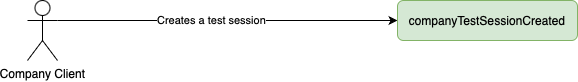
Before: docs/images/client-events.png, a diagram exported from draw.io (CodeSignal/developer-docs). Source tidied: cells renumbered, new cells last; positions are measured from the earlier drawing's top-left corner, leaving out a move shared by most shapes. Source of this version:
```xml
<mxGraphModel>
  <root>
    <mxCell id="0" />
    <mxCell id="1" parent="0" />
    <mxCell id="2" style="edgeStyle=orthogonalEdgeStyle;rounded=0;jettySize=auto;html=1;exitX=1;exitY=0.3333333333333333;exitDx=0;exitDy=0;exitPerimeter=0;entryX=0;entryY=0.5;entryDx=0;entryDy=0;" parent="1" edge="1" source="4" target="5">
      <mxGeometry relative="1" as="geometry" />
    </mxCell>
    <mxCell id="3" value="Creates a test session" style="edgeLabel;html=1;align=center;verticalAlign=middle;points=[];" parent="2" vertex="1">
      <mxGeometry x="-0.1" y="-2" relative="1" as="geometry">
        <mxPoint y="-3" as="offset" />
      </mxGeometry>
    </mxCell>
    <mxCell id="4" value="Company Client" style="shape=umlActor;verticalLabelPosition=bottom;verticalAlign=top;html=1;outlineConnect=0;" parent="1" vertex="1">
      <mxGeometry width="30" height="60" as="geometry" />
    </mxCell>
    <mxCell id="5" value="companyTestSessionCreated" style="rounded=1;whiteSpace=wrap;html=1;fillColor=#d5e8d4;strokeColor=#82b366;" parent="1" vertex="1">
      <mxGeometry x="370" width="180" height="40" as="geometry" />
    </mxCell>
  </root>
</mxGraphModel>
```
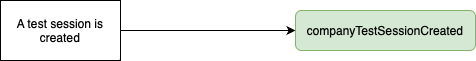
Above is the later version.

The edit, as a diff of the source:
```diff
@@ -2,19 +2,14 @@
   <root>
     <mxCell id="0" />
     <mxCell id="1" parent="0" />
-    <mxCell id="2" style="edgeStyle=orthogonalEdgeStyle;rounded=0;jettySize=auto;html=1;exitX=1;exitY=0.3333333333333333;exitDx=0;exitDy=0;exitPerimeter=0;entryX=0;entryY=0.5;entryDx=0;entryDy=0;" parent="1" edge="1" source="4" target="5">
+    <mxCell id="2" style="edgeStyle=orthogonalEdgeStyle;rounded=0;jettySize=auto;html=1;exitX=1;exitY=0.5;exitDx=0;exitDy=0;entryX=0;entryY=0.5;entryDx=0;entryDy=0;" parent="1" edge="1" source="4" target="3">
       <mxGeometry relative="1" as="geometry" />
     </mxCell>
-    <mxCell id="3" value="Creates a test session" style="edgeLabel;html=1;align=center;verticalAlign=middle;points=[];" parent="2" vertex="1">
-      <mxGeometry x="-0.1" y="-2" relative="1" as="geometry">
-        <mxPoint y="-3" as="offset" />
-      </mxGeometry>
+    <mxCell id="3" value="companyTestSessionCreated" style="rounded=1;whiteSpace=wrap;html=1;fillColor=#d5e8d4;strokeColor=#82b366;" parent="1" vertex="1">
+      <mxGeometry x="295" y="10" width="180" height="40" as="geometry" />
     </mxCell>
-    <mxCell id="4" value="Company Client" style="shape=umlActor;verticalLabelPosition=bottom;verticalAlign=top;html=1;outlineConnect=0;" parent="1" vertex="1">
-      <mxGeometry width="30" height="60" as="geometry" />
+    <mxCell id="4" value="A test session is created" style="rounded=0;whiteSpace=wrap;html=1;" parent="1" vertex="1">
+      <mxGeometry width="120" height="60" as="geometry" />
     </mxCell>
-    <mxCell id="5" value="companyTestSessionCreated" style="rounded=1;whiteSpace=wrap;html=1;fillColor=#d5e8d4;strokeColor=#82b366;" parent="1" vertex="1">
-      <mxGeometry x="370" width="180" height="40" as="geometry" />
-    </mxCell>
   </root>
 </mxGraphModel>
```
